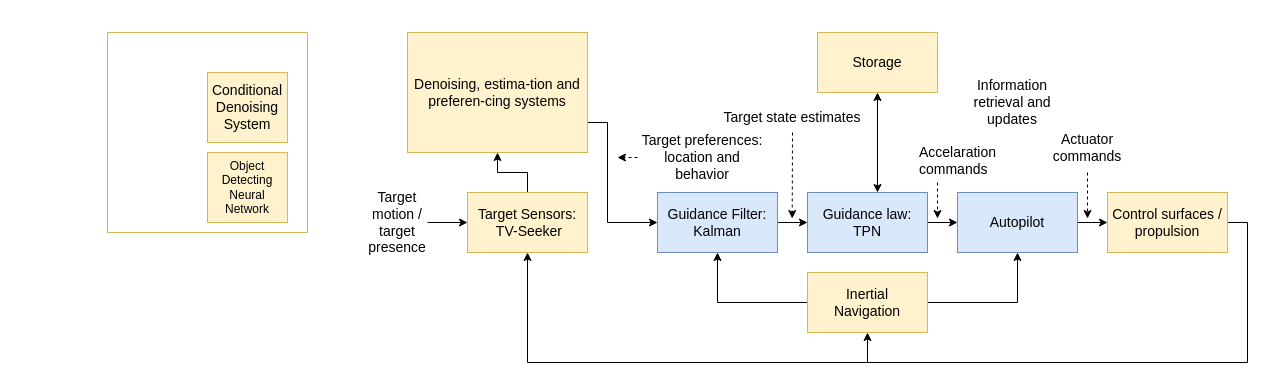
Earlier version of the draw.io diagram Control-Topology.drawio (jukkajo/satunnaista-tavaraa). Source tidied: cells renumbered, new cells numbered last; positions are measured from the earlier drawing's top-left corner, leaving out a move shared by most shapes. Both pictures are drawn from the tidied source at 100%, with x=0, y=0 at pixel (107, 32).
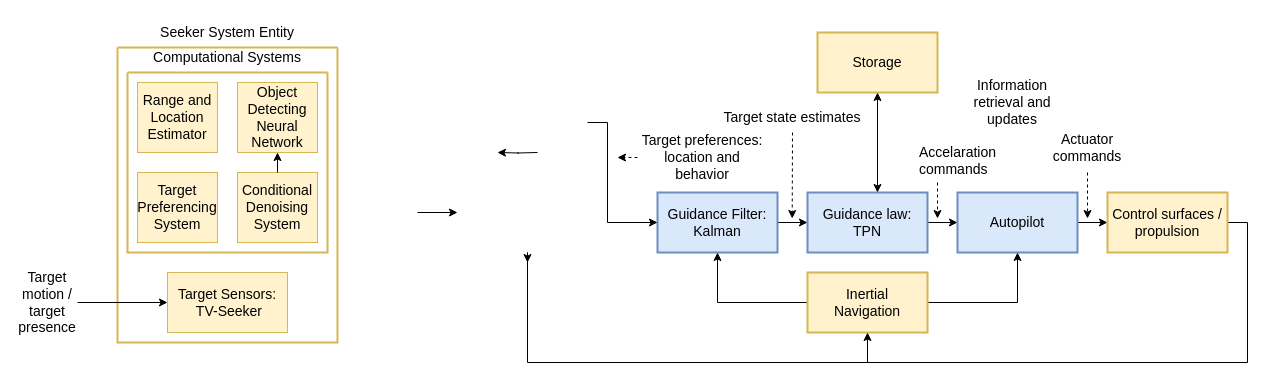
The same diagram, later.

The edit, as a diff of the source:
```diff
@@
-    <mxCell id="5" value="&lt;font style=&quot;font-size: 14px;&quot;&gt;Target motion / target presence&lt;br&gt;&lt;/font&gt;" style="text;html=1;align=center;verticalAlign=middle;whiteSpace=wrap;rounded=0;" parent="1" vertex="1">
-      <mxGeometry x="260" y="175" width="60" height="30" as="geometry" />
-    </mxCell>
-    <mxCell id="6" style="edgeStyle=orthogonalEdgeStyle;rounded=0;jettySize=auto;html=1;" parent="1" edge="1" source="7" target="26">
-      <mxGeometry relative="1" as="geometry" />
+    <mxCell id="6" style="edgeStyle=orthogonalEdgeStyle;rounded=0;orthogonalLoop=1;jettySize=auto;html=1;" parent="1" edge="1">
+      <mxGeometry relative="1" as="geometry">
+        <mxPoint x="430" y="120" as="sourcePoint" />
+        <mxPoint x="390" y="120" as="targetPoint" />
+      </mxGeometry>
     </mxCell>
-    <mxCell id="7" value="&lt;div&gt;&lt;font style=&quot;font-size: 14px;&quot;&gt;Target Sensors:&lt;/font&gt;&lt;/div&gt;&lt;div&gt;&lt;font style=&quot;font-size: 14px;&quot;&gt;&amp;nbsp;TV-Seeker&lt;br&gt;&lt;/font&gt;&lt;/div&gt;" style="rounded=0;whiteSpace=wrap;html=1;fillColor=#fff2cc;strokeColor=#d6b656;" parent="1" vertex="1">
-      <mxGeometry x="360" y="160" width="120" height="60" as="geometry" />
-    </mxCell>
@@
-    <mxCell id="9" value="&lt;div style=&quot;font-size: 14px;&quot;&gt;&lt;font style=&quot;font-size: 14px;&quot;&gt;Guidance Filter: &lt;font style=&quot;font-size: 14px;&quot;&gt;Kalman&lt;/font&gt;&lt;br&gt;&lt;/font&gt;&lt;/div&gt;" style="rounded=0;whiteSpace=wrap;html=1;fillColor=#dae8fc;strokeColor=#6c8ebf;" parent="1" vertex="1">
+    <mxCell id="9" value="&lt;div style=&quot;font-size: 14px;&quot;&gt;&lt;font style=&quot;font-size: 14px;&quot;&gt;Guidance Filter: &lt;font style=&quot;font-size: 14px;&quot;&gt;Kalman&lt;/font&gt;&lt;br&gt;&lt;/font&gt;&lt;/div&gt;" style="rounded=0;whiteSpace=wrap;html=1;fillColor=#dae8fc;strokeColor=#6c8ebf;strokeWidth=2;" parent="1" vertex="1">
       <mxGeometry x="550" y="160" width="120" height="60" as="geometry" />
     </mxCell>
@@
-    <mxCell id="11" value="&lt;div&gt;&lt;font style=&quot;font-size: 14px;&quot;&gt;Guidance law:&lt;/font&gt;&lt;/div&gt;&lt;div&gt;&lt;font style=&quot;font-size: 14px;&quot;&gt;TPN&lt;/font&gt;&lt;/div&gt;" style="rounded=0;whiteSpace=wrap;html=1;fillColor=#dae8fc;strokeColor=#6c8ebf;" parent="1" vertex="1">
+    <mxCell id="11" value="&lt;div&gt;&lt;font style=&quot;font-size: 14px;&quot;&gt;Guidance law:&lt;/font&gt;&lt;/div&gt;&lt;div&gt;&lt;font style=&quot;font-size: 14px;&quot;&gt;TPN&lt;/font&gt;&lt;/div&gt;" style="rounded=0;whiteSpace=wrap;html=1;fillColor=#dae8fc;strokeColor=#6c8ebf;strokeWidth=2;" parent="1" vertex="1">
       <mxGeometry x="700" y="160" width="120" height="60" as="geometry" />
     </mxCell>
@@
-    <mxCell id="13" value="&lt;font style=&quot;font-size: 14px;&quot;&gt;Autopilot&lt;/font&gt;" style="rounded=0;whiteSpace=wrap;html=1;fillColor=#dae8fc;strokeColor=#6c8ebf;" parent="1" vertex="1">
+    <mxCell id="13" value="&lt;font style=&quot;font-size: 14px;&quot;&gt;Autopilot&lt;/font&gt;" style="rounded=0;whiteSpace=wrap;html=1;fillColor=#dae8fc;strokeColor=#6c8ebf;strokeWidth=2;" parent="1" vertex="1">
       <mxGeometry x="850" y="160" width="120" height="60" as="geometry" />
     </mxCell>
@@
-    <mxCell id="16" value="&lt;div&gt;&lt;font style=&quot;font-size: 14px;&quot;&gt;Inertial&lt;/font&gt;&lt;/div&gt;&lt;div&gt;&lt;font style=&quot;font-size: 14px;&quot;&gt;Navigation&lt;/font&gt;&lt;/div&gt;" style="rounded=0;whiteSpace=wrap;html=1;fillColor=#fff2cc;strokeColor=#d6b656;" parent="1" vertex="1">
+    <mxCell id="16" value="&lt;div&gt;&lt;font style=&quot;font-size: 14px;&quot;&gt;Inertial&lt;/font&gt;&lt;/div&gt;&lt;div&gt;&lt;font style=&quot;font-size: 14px;&quot;&gt;Navigation&lt;/font&gt;&lt;/div&gt;" style="rounded=0;whiteSpace=wrap;html=1;fillColor=#fff2cc;strokeColor=#d6b656;strokeWidth=2;" parent="1" vertex="1">
       <mxGeometry x="700" y="240" width="120" height="60" as="geometry" />
     </mxCell>
-    <mxCell id="17" style="edgeStyle=orthogonalEdgeStyle;rounded=0;jettySize=auto;html=1;entryX=0.5;entryY=1;entryDx=0;entryDy=0;" parent="1" edge="1" source="18" target="7">
+    <mxCell id="17" style="edgeStyle=orthogonalEdgeStyle;rounded=0;jettySize=auto;html=1;" parent="1" edge="1" source="18">
       <mxGeometry relative="1" as="geometry">
+        <mxPoint x="420" y="230" as="targetPoint" />
         <Array as="points">
           <mxPoint x="1140" y="190" />
           <mxPoint x="1140" y="330" />
           <mxPoint x="420" y="330" />
           <mxPoint x="420" y="220" />
         </Array>
       </mxGeometry>
     </mxCell>
-    <mxCell id="18" value="&lt;font style=&quot;font-size: 14px;&quot;&gt;Control surfaces / propulsion&lt;br&gt;&lt;/font&gt;" style="rounded=0;whiteSpace=wrap;html=1;fillColor=#fff2cc;strokeColor=#d6b656;" parent="1" vertex="1">
+    <mxCell id="18" value="&lt;font style=&quot;font-size: 14px;&quot;&gt;Control surfaces / propulsion&lt;br&gt;&lt;/font&gt;" style="rounded=0;whiteSpace=wrap;html=1;fillColor=#fff2cc;strokeColor=#d6b656;strokeWidth=2;" parent="1" vertex="1">
       <mxGeometry x="1000" y="160" width="120" height="60" as="geometry" />
     </mxCell>
@@
-    <mxCell id="20" style="endArrow=classic;html=1;rounded=0;entryX=0;entryY=0.5;entryDx=0;entryDy=0;" parent="1" edge="1" target="7">
+    <mxCell id="20" style="endArrow=classic;html=1;rounded=0;" parent="1" edge="1">
       <mxGeometry relative="1" as="geometry">
-        <mxPoint x="320" y="190" as="sourcePoint" />
+        <mxPoint x="310" y="180" as="sourcePoint" />
+        <mxPoint x="350" y="180" as="targetPoint" />
       </mxGeometry>
     </mxCell>
@@
-    <mxCell id="25" style="edgeStyle=orthogonalEdgeStyle;rounded=0;jettySize=auto;html=1;entryX=0;entryY=0.5;entryDx=0;entryDy=0;" parent="1" edge="1" source="26" target="9">
+    <mxCell id="25" style="edgeStyle=orthogonalEdgeStyle;rounded=0;jettySize=auto;html=1;entryX=0;entryY=0.5;entryDx=0;entryDy=0;" parent="1" edge="1" target="9">
       <mxGeometry relative="1" as="geometry">
+        <mxPoint x="480" y="90" as="sourcePoint" />
         <Array as="points">
           <mxPoint x="500" y="90" />
           <mxPoint x="500" y="190" />
         </Array>
       </mxGeometry>
     </mxCell>
-    <mxCell id="26" value="&lt;font style=&quot;font-size: 14px;&quot;&gt;Denoising, estima-tion and preferen-cing systems&lt;/font&gt;" style="rounded=0;whiteSpace=wrap;html=1;fillColor=#fff2cc;strokeColor=#d6b656;" parent="1" vertex="1">
-      <mxGeometry x="300" width="180" height="120" as="geometry" />
-    </mxCell>
@@
-    <mxCell id="28" style="swimlane;startSize=0;strokeColor=#D6B656;fillColor=#FFF2CC;" parent="1" vertex="1">
-      <mxGeometry width="200" height="200" as="geometry" />
+    <mxCell id="28" style="swimlane;startSize=0;strokeColor=#D6B656;fillColor=#FFF2CC;strokeWidth=2;" parent="1" vertex="1">
+      <mxGeometry x="20" y="40" width="200" height="180" as="geometry" />
     </mxCell>
     <mxCell id="29" value="&lt;font style=&quot;font-size: 14px;&quot;&gt;Conditional Denoising System&lt;/font&gt;" style="rounded=0;whiteSpace=wrap;html=1;fillColor=#fff2cc;strokeColor=#d6b656;" parent="28" vertex="1">
-      <mxGeometry x="100" y="40" width="80" height="70" as="geometry" />
+      <mxGeometry x="110" y="100" width="80" height="70" as="geometry" />
     </mxCell>
+    <mxCell id="34" value="&lt;font style=&quot;font-size: 14px;&quot;&gt;Target Preferencing System&lt;/font&gt;" style="rounded=0;whiteSpace=wrap;html=1;fillColor=#fff2cc;strokeColor=#d6b656;" parent="28" vertex="1">
+      <mxGeometry x="10" y="100" width="80" height="70" as="geometry" />
+    </mxCell>
+    <mxCell id="35" value="&lt;div style=&quot;font-size: 14px;&quot;&gt;&lt;font style=&quot;font-size: 14px;&quot;&gt;Range and Location&lt;/font&gt;&lt;/div&gt;&lt;div style=&quot;font-size: 14px;&quot;&gt;&lt;font style=&quot;font-size: 14px;&quot;&gt;&lt;font style=&quot;font-size: 14px;&quot;&gt;Estimator&lt;/font&gt;&lt;br&gt;&lt;/font&gt;&lt;/div&gt;" style="rounded=0;whiteSpace=wrap;html=1;fillColor=#fff2cc;strokeColor=#d6b656;" parent="28" vertex="1">
+      <mxGeometry x="10" y="10" width="80" height="70" as="geometry" />
+    </mxCell>
-    <mxCell id="30" value="Object Detecting Neural Network" style="rounded=0;whiteSpace=wrap;html=1;fillColor=#fff2cc;strokeColor=#d6b656;" parent="28" vertex="1">
-      <mxGeometry x="100" y="120" width="80" height="70" as="geometry" />
+    <mxCell id="30" value="&lt;font style=&quot;font-size: 14px;&quot;&gt;Object Detecting Neural Network&lt;/font&gt;" style="rounded=0;whiteSpace=wrap;html=1;fillColor=#fff2cc;strokeColor=#d6b656;" parent="28" vertex="1">
+      <mxGeometry x="110" y="10" width="80" height="70" as="geometry" />
     </mxCell>
+    <mxCell id="36" style="endArrow=classic;html=1;rounded=0;entryX=0.5;entryY=1;entryDx=0;entryDy=0;exitX=0.5;exitY=0;exitDx=0;exitDy=0;" parent="28" edge="1" source="29" target="30">
+      <mxGeometry relative="1" as="geometry" />
+    </mxCell>
-    <mxCell id="31" value="&lt;font style=&quot;font-size: 14px;&quot;&gt;Storage&lt;br&gt;&lt;/font&gt;" style="rounded=0;whiteSpace=wrap;html=1;fillColor=#fff2cc;strokeColor=#d6b656;" parent="1" vertex="1">
+    <mxCell id="31" value="&lt;font style=&quot;font-size: 14px;&quot;&gt;Storage&lt;br&gt;&lt;/font&gt;" style="rounded=0;whiteSpace=wrap;html=1;fillColor=#fff2cc;strokeColor=#d6b656;strokeWidth=2;" parent="1" vertex="1">
       <mxGeometry x="710" width="120" height="60" as="geometry" />
     </mxCell>
@@
+    <mxCell id="37" value="&lt;font style=&quot;font-size: 14px;&quot;&gt;Seeker System Entity&lt;/font&gt;" style="text;html=1;align=center;verticalAlign=middle;whiteSpace=wrap;rounded=0;" parent="1" vertex="1">
+      <mxGeometry x="40" y="-15" width="160" height="30" as="geometry" />
+    </mxCell>
+    <mxCell id="38" value="&lt;font style=&quot;font-size: 14px;&quot;&gt;Computational Systems&lt;/font&gt;" style="text;html=1;align=center;verticalAlign=middle;whiteSpace=wrap;rounded=0;" parent="1" vertex="1">
+      <mxGeometry x="40" y="10" width="160" height="30" as="geometry" />
+    </mxCell>
+    <mxCell id="39" style="swimlane;startSize=0;strokeColor=#D6B656;fillColor=#FFF2CC;strokeWidth=2;" parent="1" vertex="1">
+      <mxGeometry x="10" y="15" width="220" height="295" as="geometry" />
+    </mxCell>
+    <mxCell id="7" value="&lt;div&gt;&lt;font style=&quot;font-size: 14px;&quot;&gt;Target Sensors:&lt;/font&gt;&lt;/div&gt;&lt;div&gt;&lt;font style=&quot;font-size: 14px;&quot;&gt;&amp;nbsp;TV-Seeker&lt;br&gt;&lt;/font&gt;&lt;/div&gt;" style="rounded=0;whiteSpace=wrap;html=1;fillColor=#fff2cc;strokeColor=#d6b656;" parent="39" vertex="1">
+      <mxGeometry x="50" y="225" width="120" height="60" as="geometry" />
+    </mxCell>
+    <mxCell id="5" value="&lt;font style=&quot;font-size: 14px;&quot;&gt;Target motion / target presence&lt;br&gt;&lt;/font&gt;" style="text;html=1;align=center;verticalAlign=middle;whiteSpace=wrap;rounded=0;" parent="1" vertex="1">
+      <mxGeometry x="-90" y="255" width="60" height="30" as="geometry" />
+    </mxCell>
+    <mxCell id="40" style="endArrow=classic;html=1;rounded=0;entryX=0;entryY=0.5;entryDx=0;entryDy=0;exitX=1;exitY=0.5;exitDx=0;exitDy=0;" parent="1" edge="1" source="5" target="7">
+      <mxGeometry relative="1" as="geometry" />
+    </mxCell>
```
